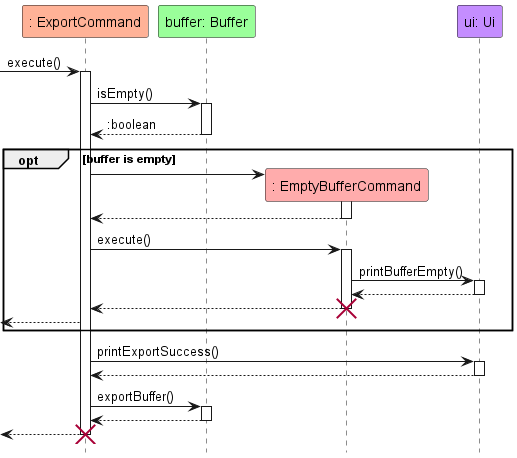
Earlier version of the PlantUML export docs/sequence-diagrams/diagrams/Export.png (ong-ck/tp). Its diagram source:
```plantuml
@startuml
hide footbox
!include ../../style.iuml

participant ": ExportCommand" as ExportCommand ExportCommand_STYLE
participant "buffer: Buffer" as Buffer Buffer_STYLE
participant ": EmptyBufferCommand" as EmptyBufferCommand EmptyBufferCommand_STYLE
participant "ui: Ui" as Ui Ui_STYLE

-> ExportCommand: execute()
activate ExportCommand
    ExportCommand -> Buffer: isEmpty()
    activate Buffer
    return :boolean

    opt buffer is empty
        ExportCommand -> EmptyBufferCommand **
        activate EmptyBufferCommand
        return

        ExportCommand -> EmptyBufferCommand: execute()
        activate EmptyBufferCommand
            EmptyBufferCommand -> Ui: printBufferEmpty()
            activate Ui
            return
        return
        destroy EmptyBufferCommand
        <-- ExportCommand
    end

    ExportCommand -> Ui: printExportSuccess()
    activate Ui
    return
    ExportCommand -> Buffer: exportBuffer()
    activate Buffer
    return
return
destroy ExportCommand
@enduml
```
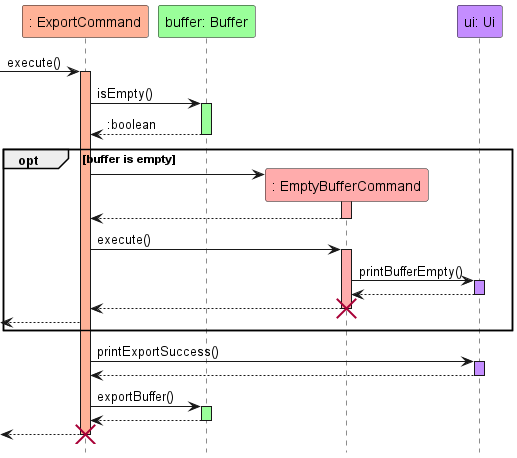
After the change.

Change to the diagram source:
```diff
@@ -8,20 +8,20 @@
 participant "ui: Ui" as Ui Ui_STYLE
 
 -> ExportCommand: execute()
-activate ExportCommand
+activate ExportCommand ExportCommand_STYLE
     ExportCommand -> Buffer: isEmpty()
-    activate Buffer
+    activate Buffer Buffer_STYLE
     return :boolean
 
     opt buffer is empty
         ExportCommand -> EmptyBufferCommand **
-        activate EmptyBufferCommand
+        activate EmptyBufferCommand EmptyBufferCommand_STYLE
         return
 
         ExportCommand -> EmptyBufferCommand: execute()
-        activate EmptyBufferCommand
+        activate EmptyBufferCommand EmptyBufferCommand_STYLE
             EmptyBufferCommand -> Ui: printBufferEmpty()
-            activate Ui
+            activate Ui Ui_STYLE
             return
         return
         destroy EmptyBufferCommand
@@ -29,10 +29,10 @@
     end
 
     ExportCommand -> Ui: printExportSuccess()
-    activate Ui
+    activate Ui Ui_STYLE
     return
     ExportCommand -> Buffer: exportBuffer()
-    activate Buffer
+    activate Buffer Buffer_STYLE
     return
 return
 destroy ExportCommand
```
